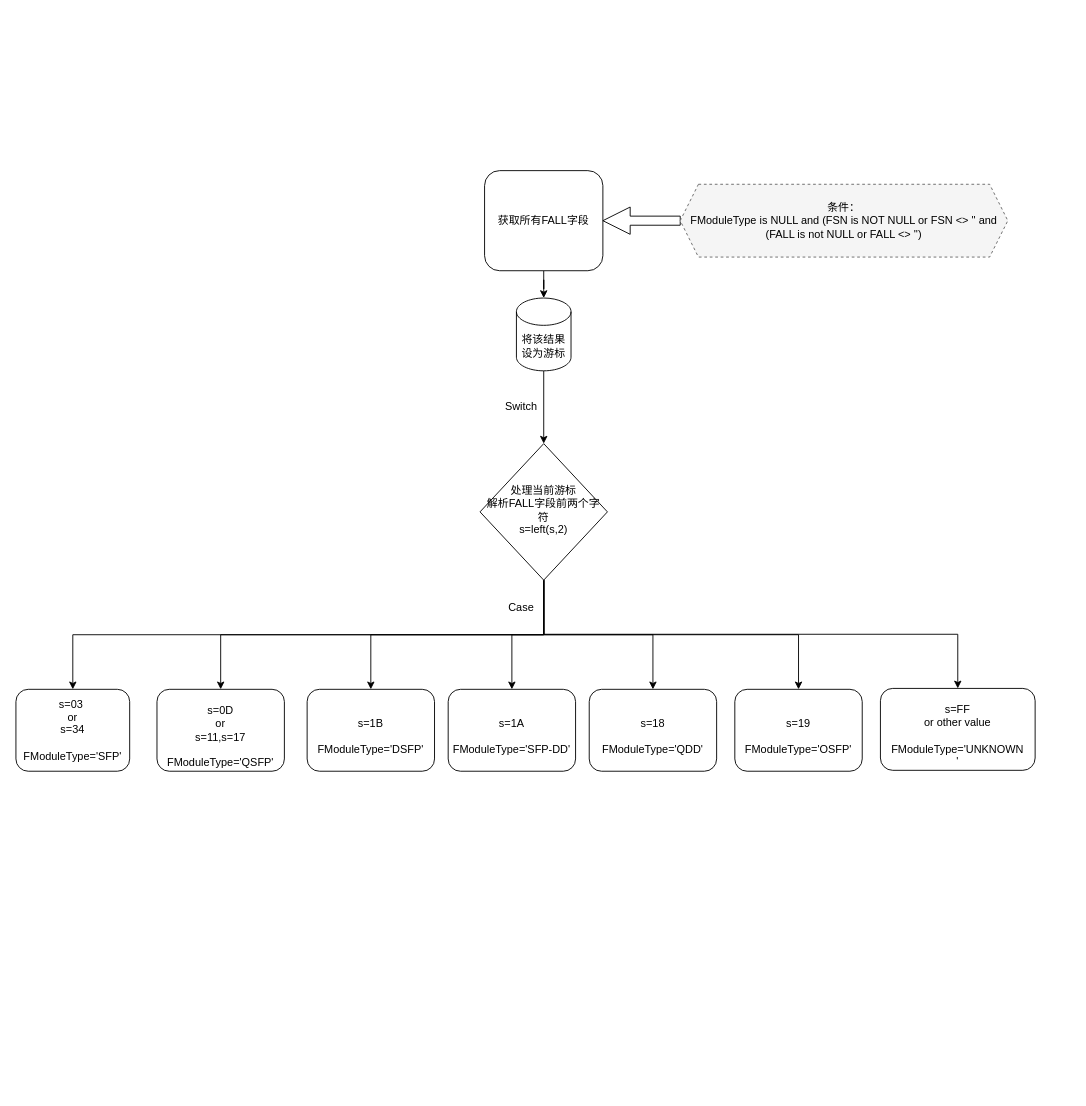
The draw.io diagram EEPROM CODING parse stored procedures in mysql Diagram.drawio in madmadcat/My-mysql-workout, before the edit. Source tidied: cells renumbered, new cells numbered last; positions are measured from the earlier drawing's top-left corner, leaving out a move shared by most shapes. Both pictures are drawn from the tidied source at 91%, with x=0, y=0 at pixel (15, 170).
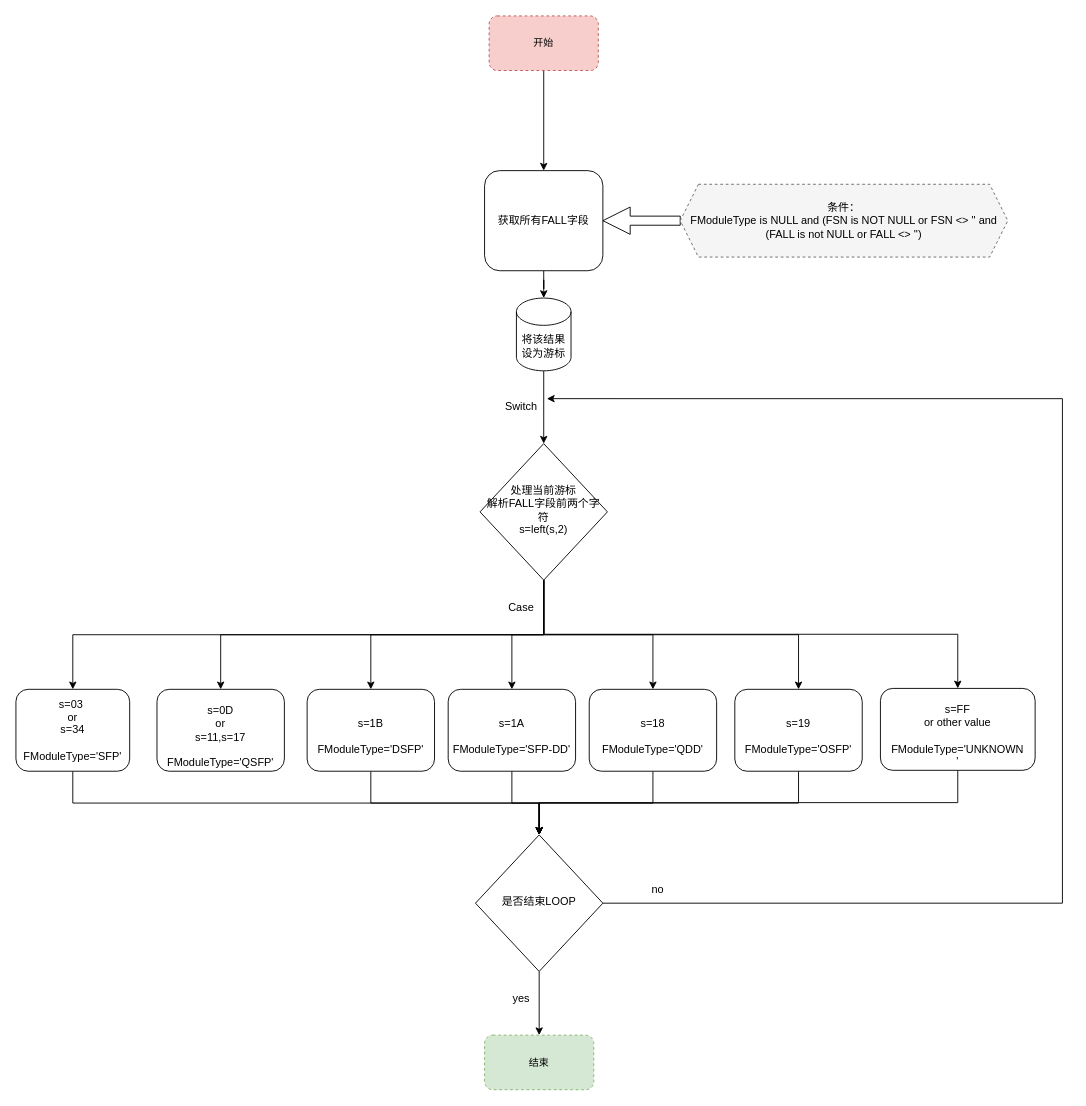
Above is the later version.

Commit message:
处理FALL并智能更新FModuleType字段的存储过程设计

Unchanged cells that the change refers to:
```xml
<mxCell id="3" value="获取所有FALL字段&lt;br&gt;" style="rounded=1;whiteSpace=wrap;html=1;fontSize=12;glass=0;strokeWidth=1;shadow=0;" parent="1" vertex="1">
  <mxGeometry x="515" width="130" height="110" as="geometry" />
</mxCell>
<mxCell id="14" value="Switch" style="text;html=1;align=center;verticalAlign=middle;points=[];strokeColor=none;fillColor=none;" parent="1" vertex="1">
  <mxGeometry x="530" y="250" width="50" height="20" as="geometry" />
</mxCell>
<mxCell id="15" value="s=03&amp;nbsp;&lt;br&gt;or&lt;br&gt;s=34&lt;br&gt;&lt;br&gt;FModuleType='SFP'" style="rounded=1;whiteSpace=wrap;html=1;" parent="1" vertex="1">
  <mxGeometry y="570" width="125" height="90" as="geometry" />
</mxCell>
<mxCell id="17" value="&lt;br&gt;s=FF&lt;br&gt;or other value&lt;br&gt;&lt;br&gt;FModuleType='UNKNOWN&lt;br&gt;'" style="rounded=1;whiteSpace=wrap;html=1;" parent="1" vertex="1">
  <mxGeometry x="950" y="569" width="170" height="90" as="geometry" />
</mxCell>
<mxCell id="18" value="&lt;br&gt;s=1B&lt;br&gt;&lt;br&gt;FModuleType='DSFP'" style="rounded=1;whiteSpace=wrap;html=1;" parent="1" vertex="1">
  <mxGeometry x="320" y="570" width="140" height="90" as="geometry" />
</mxCell>
<mxCell id="19" value="&lt;br&gt;s=1A&lt;br&gt;&lt;br&gt;FModuleType='SFP-DD'" style="rounded=1;whiteSpace=wrap;html=1;" parent="1" vertex="1">
  <mxGeometry x="475" y="570" width="140" height="90" as="geometry" />
</mxCell>
<mxCell id="20" value="&lt;br&gt;s=18&lt;br&gt;&lt;br&gt;FModuleType='QDD'" style="rounded=1;whiteSpace=wrap;html=1;" parent="1" vertex="1">
  <mxGeometry x="630" y="570" width="140" height="90" as="geometry" />
</mxCell>
<mxCell id="21" value="&lt;br&gt;s=19&lt;br&gt;&lt;br&gt;FModuleType='OSFP'" style="rounded=1;whiteSpace=wrap;html=1;" parent="1" vertex="1">
  <mxGeometry x="790" y="570" width="140" height="90" as="geometry" />
</mxCell>
```

The edit, as a diff of the source:
```diff
@@
+    <mxCell id="25" style="edgeStyle=orthogonalEdgeStyle;rounded=0;jettySize=auto;html=1;exitX=0.5;exitY=1;exitDx=0;exitDy=0;fontSize=11;fontColor=#9E9E9E;" parent="1" edge="1" source="15" target="33">
+      <mxGeometry relative="1" as="geometry" />
+    </mxCell>
@@
+    <mxCell id="26" style="edgeStyle=orthogonalEdgeStyle;rounded=0;jettySize=auto;html=1;exitX=0.5;exitY=1;exitDx=0;exitDy=0;entryX=0.5;entryY=0;entryDx=0;entryDy=0;fontSize=11;fontColor=#9E9E9E;" parent="1" edge="1" source="17" target="33">
+      <mxGeometry relative="1" as="geometry" />
+    </mxCell>
@@
+    <mxCell id="27" style="edgeStyle=orthogonalEdgeStyle;rounded=0;jettySize=auto;html=1;exitX=0.5;exitY=1;exitDx=0;exitDy=0;entryX=0.5;entryY=0;entryDx=0;entryDy=0;fontSize=11;fontColor=#9E9E9E;" parent="1" edge="1" source="18" target="33">
+      <mxGeometry relative="1" as="geometry" />
+    </mxCell>
@@
+    <mxCell id="28" style="edgeStyle=orthogonalEdgeStyle;rounded=0;jettySize=auto;html=1;exitX=0.5;exitY=1;exitDx=0;exitDy=0;fontSize=11;fontColor=#9E9E9E;" parent="1" edge="1" source="19" target="33">
+      <mxGeometry relative="1" as="geometry" />
+    </mxCell>
@@
+    <mxCell id="29" style="edgeStyle=orthogonalEdgeStyle;rounded=0;jettySize=auto;html=1;exitX=0.5;exitY=1;exitDx=0;exitDy=0;entryX=0.5;entryY=0;entryDx=0;entryDy=0;fontSize=11;fontColor=#9E9E9E;" parent="1" edge="1" source="20" target="33">
+      <mxGeometry relative="1" as="geometry" />
+    </mxCell>
@@
+    <mxCell id="30" style="edgeStyle=orthogonalEdgeStyle;rounded=0;jettySize=auto;html=1;exitX=0.5;exitY=1;exitDx=0;exitDy=0;entryX=0.5;entryY=0;entryDx=0;entryDy=0;fontSize=11;fontColor=#9E9E9E;" parent="1" edge="1" source="21" target="33">
+      <mxGeometry relative="1" as="geometry" />
+    </mxCell>
@@
+    <mxCell id="31" style="edgeStyle=orthogonalEdgeStyle;rounded=0;jettySize=auto;html=1;exitX=0.5;exitY=1;exitDx=0;exitDy=0;entryX=0.5;entryY=0;entryDx=0;entryDy=0;fontSize=11;fontColor=#9E9E9E;" parent="1" edge="1" source="33" target="34">
+      <mxGeometry relative="1" as="geometry" />
+    </mxCell>
+    <mxCell id="32" style="edgeStyle=orthogonalEdgeStyle;rounded=0;jettySize=auto;html=1;exitX=1;exitY=0.5;exitDx=0;exitDy=0;entryX=1.069;entryY=0.029;entryDx=0;entryDy=0;entryPerimeter=0;fontSize=11;fontColor=#9E9E9E;" parent="1" edge="1" source="33" target="14">
+      <mxGeometry relative="1" as="geometry">
+        <Array as="points">
+          <mxPoint x="1150" y="805" />
+          <mxPoint x="1150" y="251" />
+        </Array>
+      </mxGeometry>
+    </mxCell>
+    <mxCell id="33" value="是否结束LOOP" style="rhombus;whiteSpace=wrap;html=1;shadow=0;fontFamily=Helvetica;fontSize=12;align=center;strokeWidth=1;spacing=6;spacingTop=-4;" parent="1" vertex="1">
+      <mxGeometry x="505" y="730" width="140" height="150" as="geometry" />
+    </mxCell>
+    <mxCell id="34" value="结束" style="rounded=1;whiteSpace=wrap;html=1;dashed=1;fontSize=11;fillColor=#d5e8d4;strokeColor=#82b366;" parent="1" vertex="1">
+      <mxGeometry x="515" y="950" width="120" height="60" as="geometry" />
+    </mxCell>
+    <mxCell id="35" value="yes" style="text;html=1;align=center;verticalAlign=middle;strokeColor=none;fillColor=none;" parent="1" vertex="1">
+      <mxGeometry x="540" y="900" width="30" height="20" as="geometry" />
+    </mxCell>
+    <mxCell id="36" value="no" style="text;html=1;align=center;verticalAlign=middle;strokeColor=none;fillColor=none;" parent="1" vertex="1">
+      <mxGeometry x="690" y="780" width="30" height="20" as="geometry" />
+    </mxCell>
+    <mxCell id="37" style="edgeStyle=orthogonalEdgeStyle;rounded=0;jettySize=auto;html=1;exitX=0.5;exitY=1;exitDx=0;exitDy=0;entryX=0.5;entryY=0;entryDx=0;entryDy=0;fontSize=11;fontColor=#9E9E9E;" parent="1" edge="1" source="38" target="3">
+      <mxGeometry relative="1" as="geometry" />
+    </mxCell>
+    <mxCell id="38" value="开始" style="rounded=1;whiteSpace=wrap;html=1;dashed=1;fontSize=11;fillColor=#f8cecc;strokeColor=#b85450;" parent="1" vertex="1">
+      <mxGeometry x="520" y="-170" width="120" height="60" as="geometry" />
+    </mxCell>
```
